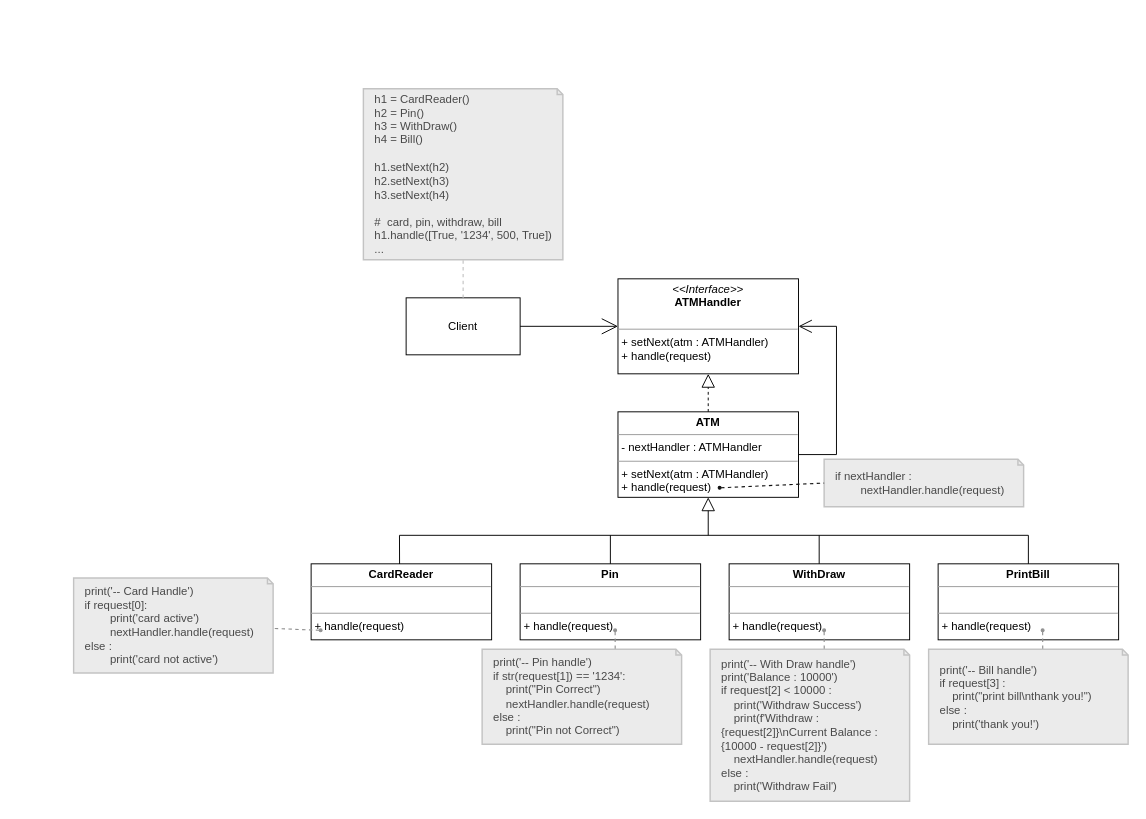
This is Project/behavioral/CoR/CoR.drawio from pang1217/Pattern-and-Software-Design, a draw.io file, before an edit. Source tidied: cells renumbered, new cells numbered last; positions are measured from the earlier drawing's top-left corner, leaving out a move shared by most shapes. Both pictures are drawn from the tidied source at 95%, with x=0, y=0 at pixel (73, 88).
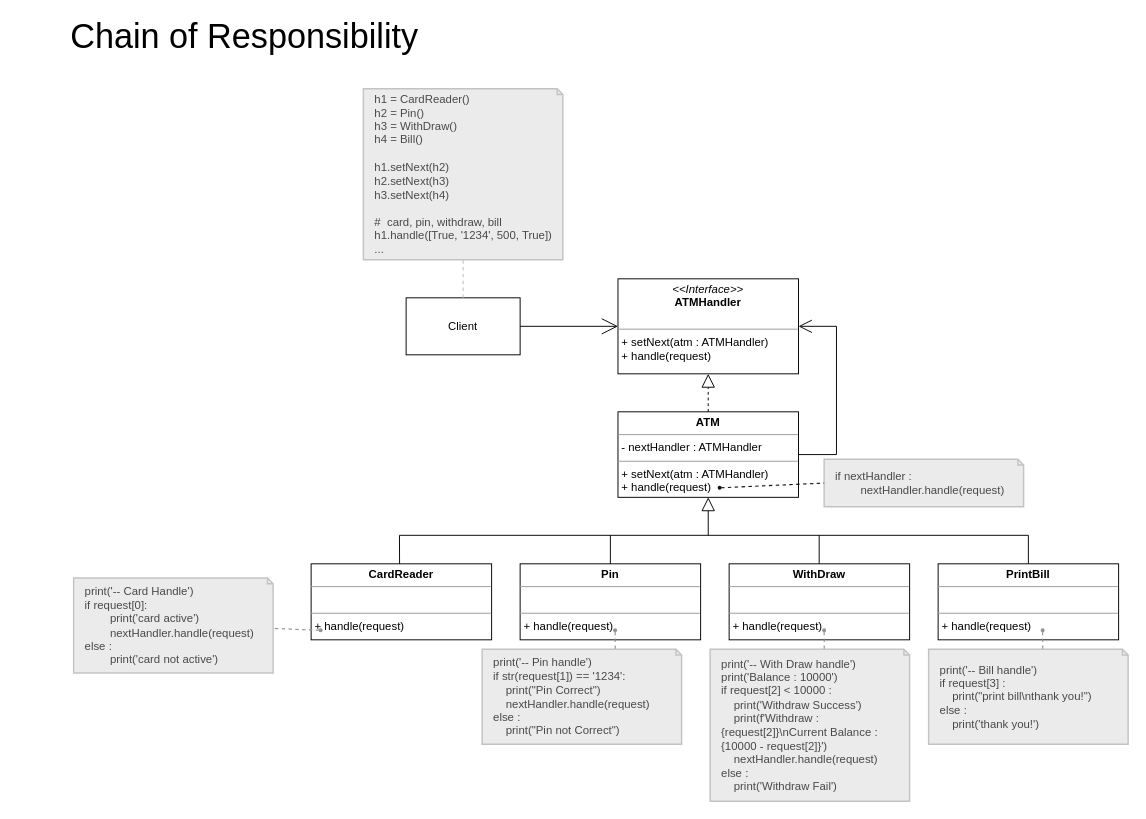
Above is the later version.

Change to the diagram source:
```diff
@@
+    <mxCell id="28" value="&lt;font style=&quot;font-size: 36px;&quot;&gt;Chain of Responsibility&lt;/font&gt;" style="text;html=1;align=center;verticalAlign=middle;whiteSpace=wrap;rounded=0;" parent="1" vertex="1">
+      <mxGeometry x="-60" y="-70" width="480" height="30" as="geometry" />
+    </mxCell>
```
